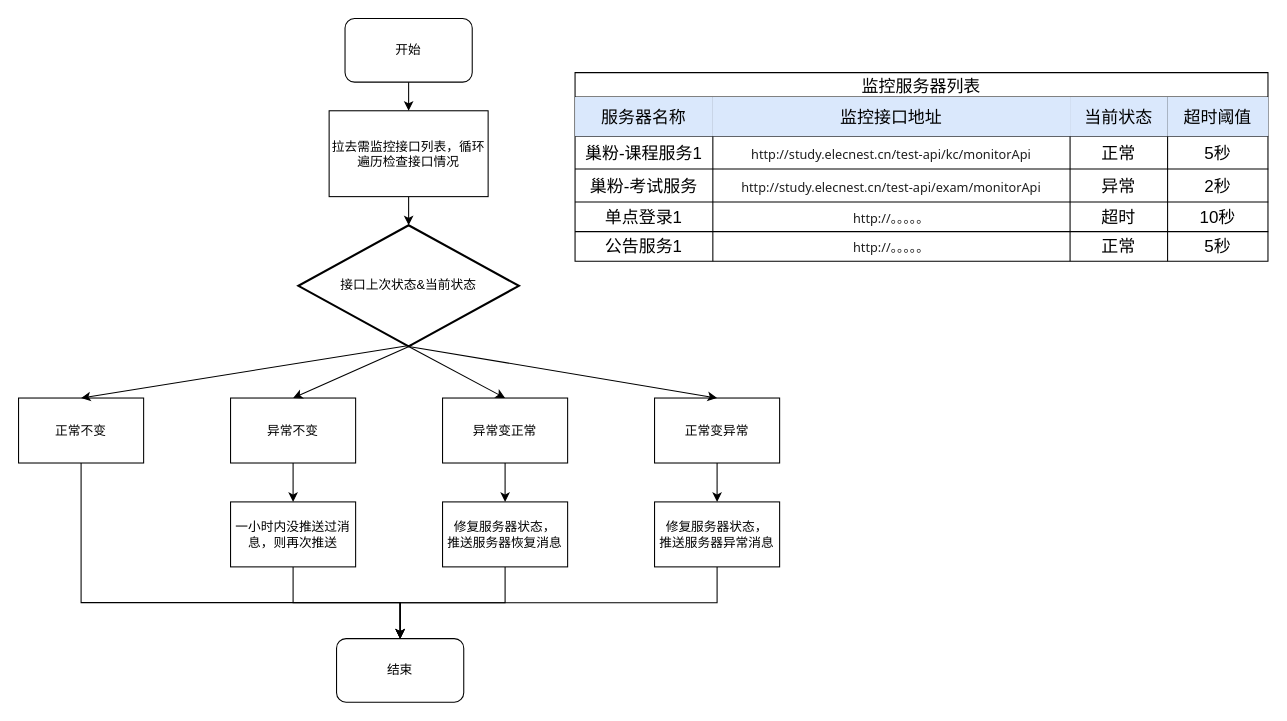
Before: ence/server-monitor.drawio in MuggleStar/draw_io, a draw.io diagram. Source tidied: cells renumbered, new cells numbered last; positions are measured from the earlier drawing's top-left corner, leaving out a move shared by most shapes. Both pictures are drawn from the tidied source at 106%, with x=0, y=0 at pixel (18, 18).
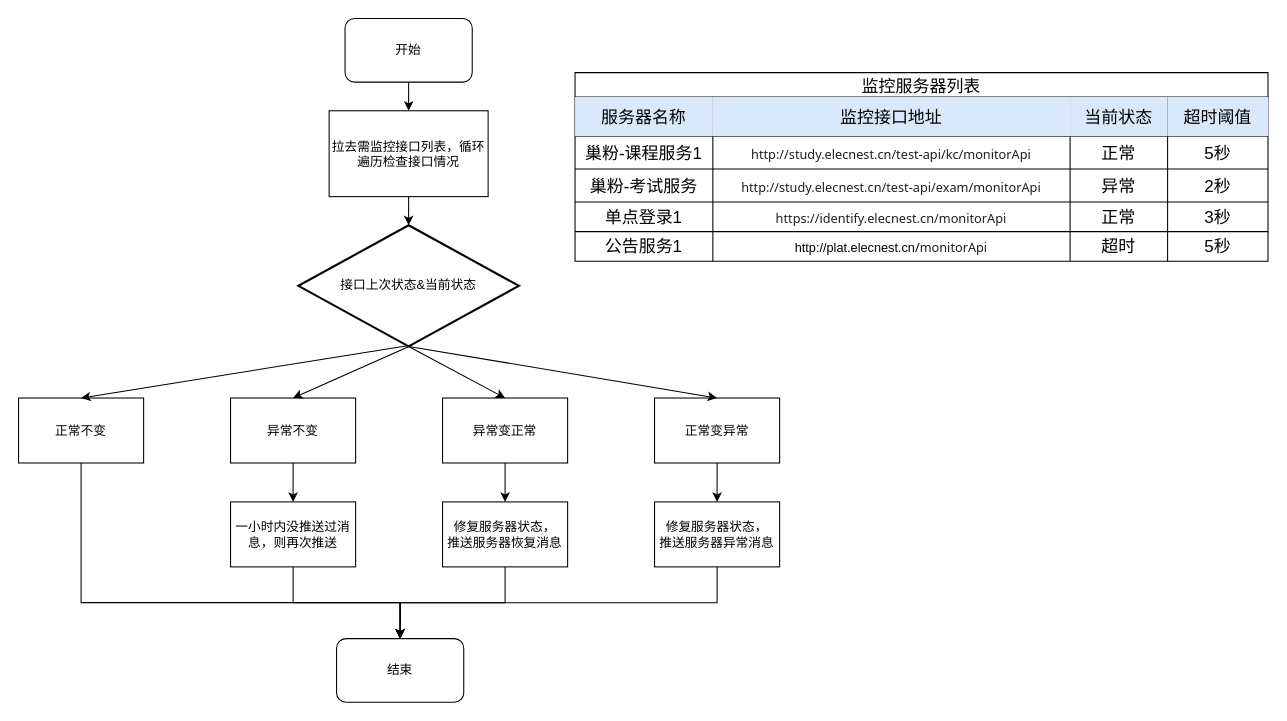
After the change.

The change refers to these unchanged cells:
```xml
<mxCell id="18" style="shape=tableRow;horizontal=0;startSize=0;swimlaneHead=0;swimlaneBody=0;strokeColor=inherit;top=0;left=0;bottom=0;right=0;fillColor=none;fontSize=16;" parent="2" vertex="1">
  <mxGeometry y="122" width="653.7" height="28" as="geometry" />
</mxCell>
<mxCell id="23" style="shape=tableRow;horizontal=0;startSize=0;swimlaneHead=0;swimlaneBody=0;strokeColor=inherit;top=0;left=0;bottom=0;right=0;fillColor=none;fontSize=16;" parent="2" vertex="1">
  <mxGeometry y="150" width="653.7" height="28" as="geometry" />
</mxCell>
```

The edit, as a diff of the source:
```diff
@@
-    <mxCell id="20" value="&lt;span style=&quot;color: rgb(31, 31, 31); font-family: system-ui, sans-serif; font-size: 12px; text-align: start; background-color: rgb(255, 255, 255);&quot;&gt;http://。。。。。&lt;/span&gt;" style="shape=partialRectangle;html=1;whiteSpace=wrap;strokeColor=inherit;overflow=hidden;fillColor=none;top=0;left=0;bottom=0;right=0;fontSize=16;" parent="18" vertex="1">
+    <mxCell id="20" value="&lt;div style=&quot;text-align: start;&quot;&gt;&lt;font face=&quot;system-ui, sans-serif&quot; color=&quot;#1f1f1f&quot;&gt;&lt;span style=&quot;font-size: 12px; background-color: rgb(255, 255, 255);&quot;&gt;https://identify.elecnest.cn/&lt;/span&gt;&lt;/font&gt;&lt;span style=&quot;background-color: rgb(255, 255, 255); color: rgb(31, 31, 31); font-family: system-ui, sans-serif; font-size: 12px;&quot;&gt;monitorApi&lt;/span&gt;&lt;/div&gt;" style="shape=partialRectangle;html=1;whiteSpace=wrap;strokeColor=inherit;overflow=hidden;fillColor=none;top=0;left=0;bottom=0;right=0;fontSize=16;" parent="18" vertex="1">
       <mxGeometry x="130" width="337" height="28" as="geometry" />
     </mxCell>
-    <mxCell id="21" value="超时" style="shape=partialRectangle;html=1;whiteSpace=wrap;strokeColor=inherit;overflow=hidden;fillColor=none;top=0;left=0;bottom=0;right=0;fontSize=16;" parent="18" vertex="1">
+    <mxCell id="21" value="正常" style="shape=partialRectangle;html=1;whiteSpace=wrap;strokeColor=inherit;overflow=hidden;fillColor=none;top=0;left=0;bottom=0;right=0;fontSize=16;" parent="18" vertex="1">
       <mxGeometry x="467" width="92" height="28" as="geometry" />
     </mxCell>
-    <mxCell id="22" value="10秒" style="shape=partialRectangle;html=1;whiteSpace=wrap;strokeColor=inherit;overflow=hidden;fillColor=none;top=0;left=0;bottom=0;right=0;fontSize=16;" parent="18" vertex="1">
+    <mxCell id="22" value="3秒" style="shape=partialRectangle;html=1;whiteSpace=wrap;strokeColor=inherit;overflow=hidden;fillColor=none;top=0;left=0;bottom=0;right=0;fontSize=16;" parent="18" vertex="1">
       <mxGeometry x="559" width="95" height="28" as="geometry" />
     </mxCell>
@@
-    <mxCell id="25" value="&lt;span style=&quot;color: rgb(31, 31, 31); font-family: system-ui, sans-serif; font-size: 12px; text-align: start; background-color: rgb(255, 255, 255);&quot;&gt;http://。。。。。&lt;/span&gt;" style="shape=partialRectangle;html=1;whiteSpace=wrap;strokeColor=inherit;overflow=hidden;fillColor=none;top=0;left=0;bottom=0;right=0;fontSize=16;" parent="23" vertex="1">
+    <mxCell id="25" value="&lt;font style=&quot;font-size: 12px;&quot;&gt;http://plat.elecnest.cn&lt;/font&gt;&lt;font style=&quot;text-align: start;&quot; face=&quot;system-ui, sans-serif&quot;&gt;&lt;span style=&quot;font-size: 12px; background-color: rgb(255, 255, 255);&quot;&gt;/&lt;/span&gt;&lt;/font&gt;&lt;span style=&quot;text-align: start; background-color: rgb(255, 255, 255); color: rgb(31, 31, 31); font-family: system-ui, sans-serif; font-size: 12px;&quot;&gt;monitorApi&lt;/span&gt;" style="shape=partialRectangle;html=1;whiteSpace=wrap;strokeColor=inherit;overflow=hidden;fillColor=none;top=0;left=0;bottom=0;right=0;fontSize=16;" parent="23" vertex="1">
       <mxGeometry x="130" width="337" height="28" as="geometry" />
     </mxCell>
-    <mxCell id="26" value="正常" style="shape=partialRectangle;html=1;whiteSpace=wrap;strokeColor=inherit;overflow=hidden;fillColor=none;top=0;left=0;bottom=0;right=0;fontSize=16;" parent="23" vertex="1">
+    <mxCell id="26" value="超时" style="shape=partialRectangle;html=1;whiteSpace=wrap;strokeColor=inherit;overflow=hidden;fillColor=none;top=0;left=0;bottom=0;right=0;fontSize=16;" parent="23" vertex="1">
       <mxGeometry x="467" width="92" height="28" as="geometry" />
     </mxCell>
```
